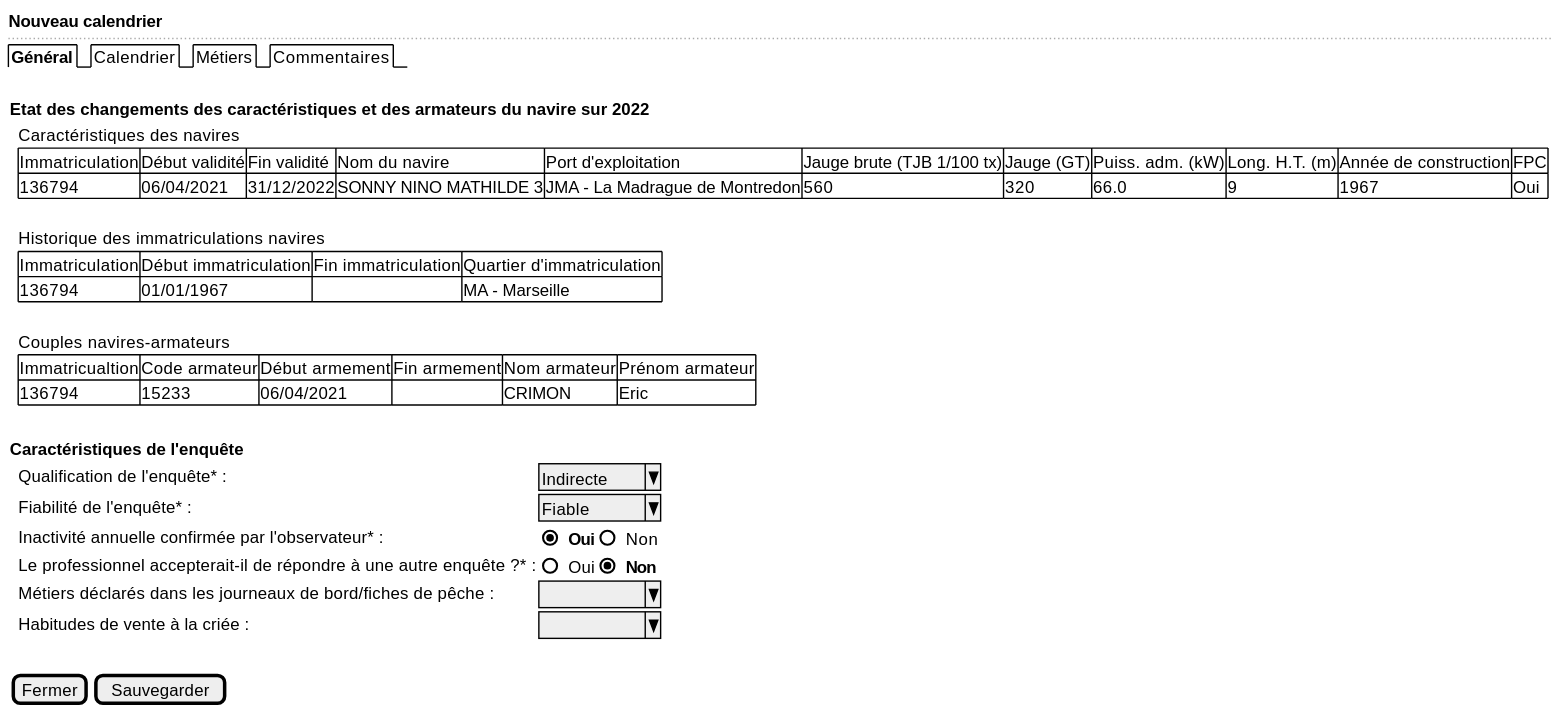
The PlantUML diagram projects/activity-calendar/spe/images/activity-calendar-new-general.svg in sumaris-net/sumaris-doc, before a commit.
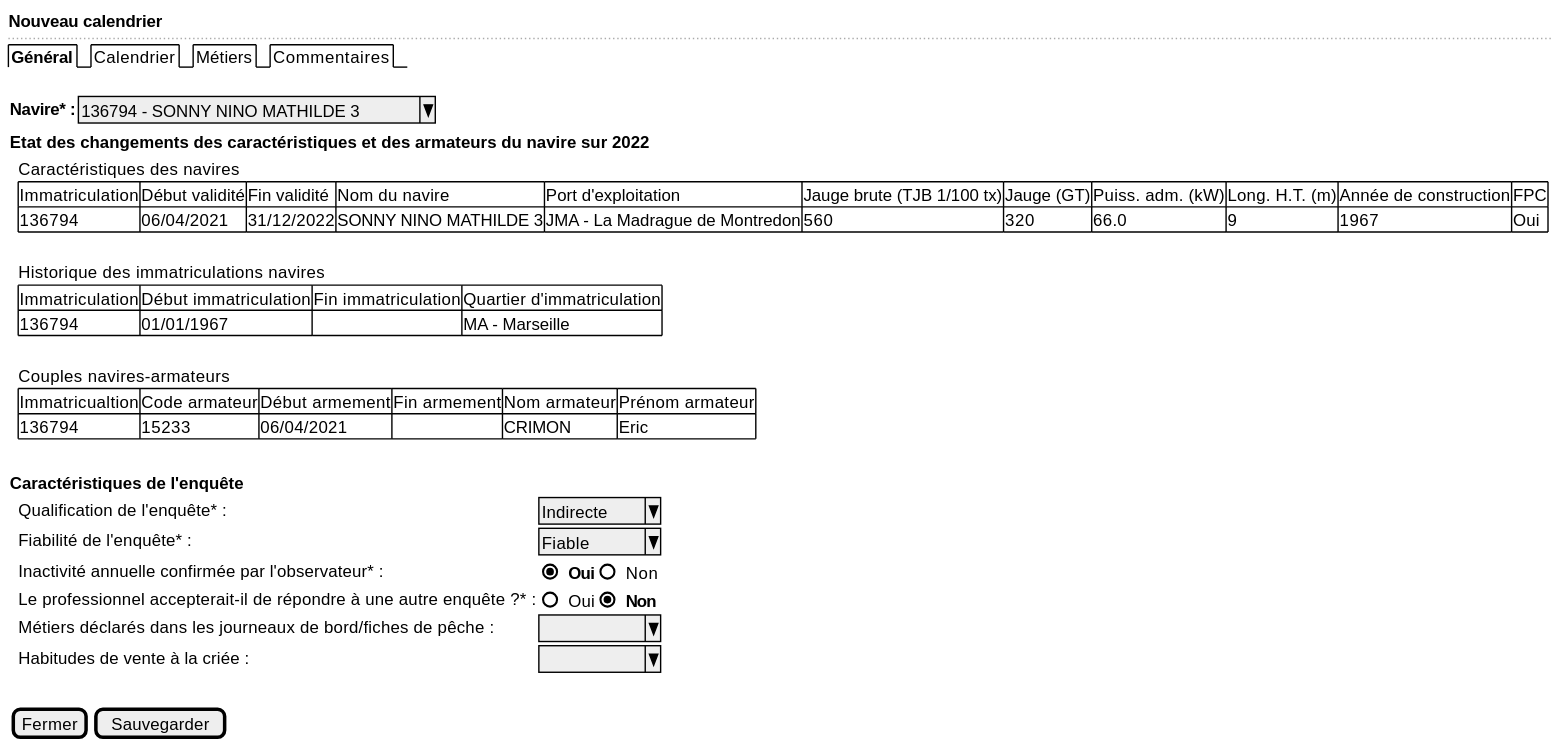
After the change.

Diff of the diagram source:
```diff
@@ -4,6 +4,8 @@
   ..
   {/ <b>Général | Calendrier | Métiers | Commentaires }
   .
+
+  {<b>Navire* : | ^136794 - SONNY NINO MATHILDE 3^}
 
   {
   <b>Etat des changements des caractéristiques et des armateurs du navire sur 2022
```
